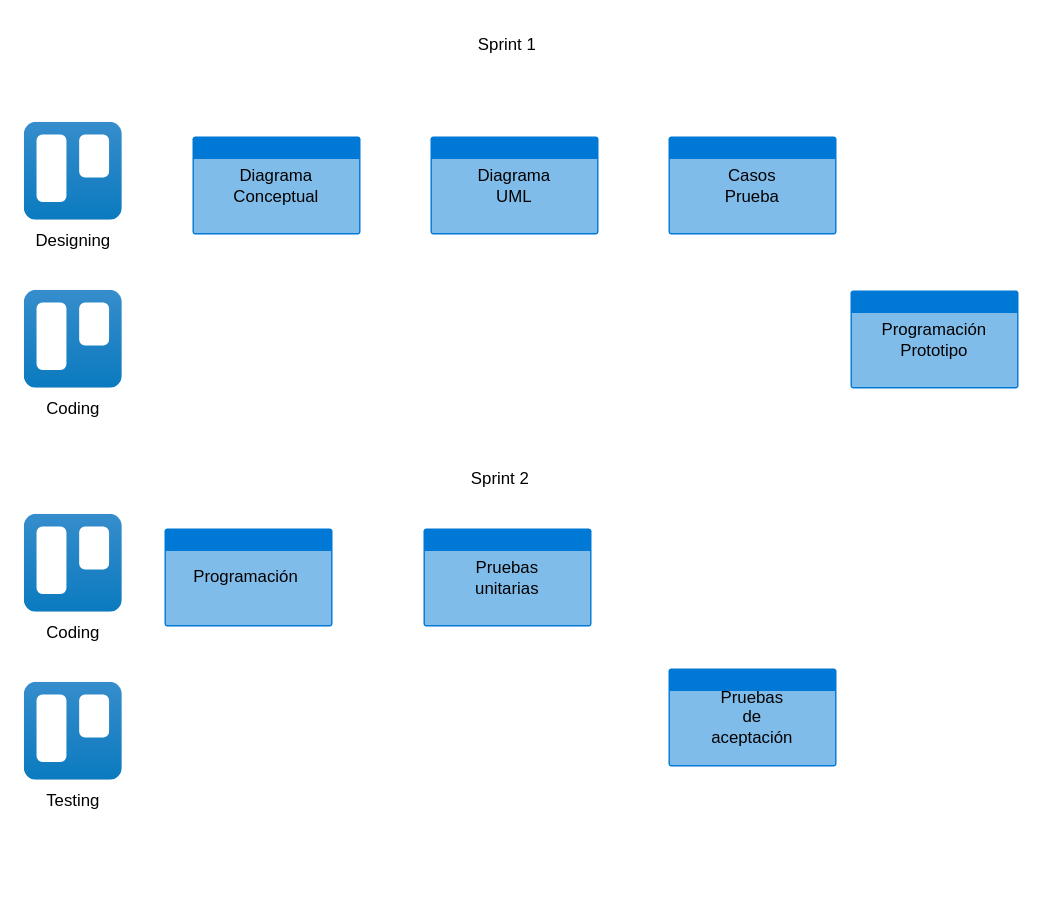
This is XP/Planning/ReleasePlan.drawio from DanielVelinrb/Grupo06, a draw.io file, before an edit. Source tidied: cells renumbered, new cells numbered last; positions are measured from the earlier drawing's top-left corner, leaving out a move shared by most shapes. Both pictures are drawn from the tidied source at 140%, with x=0, y=0 at pixel (24, 24).
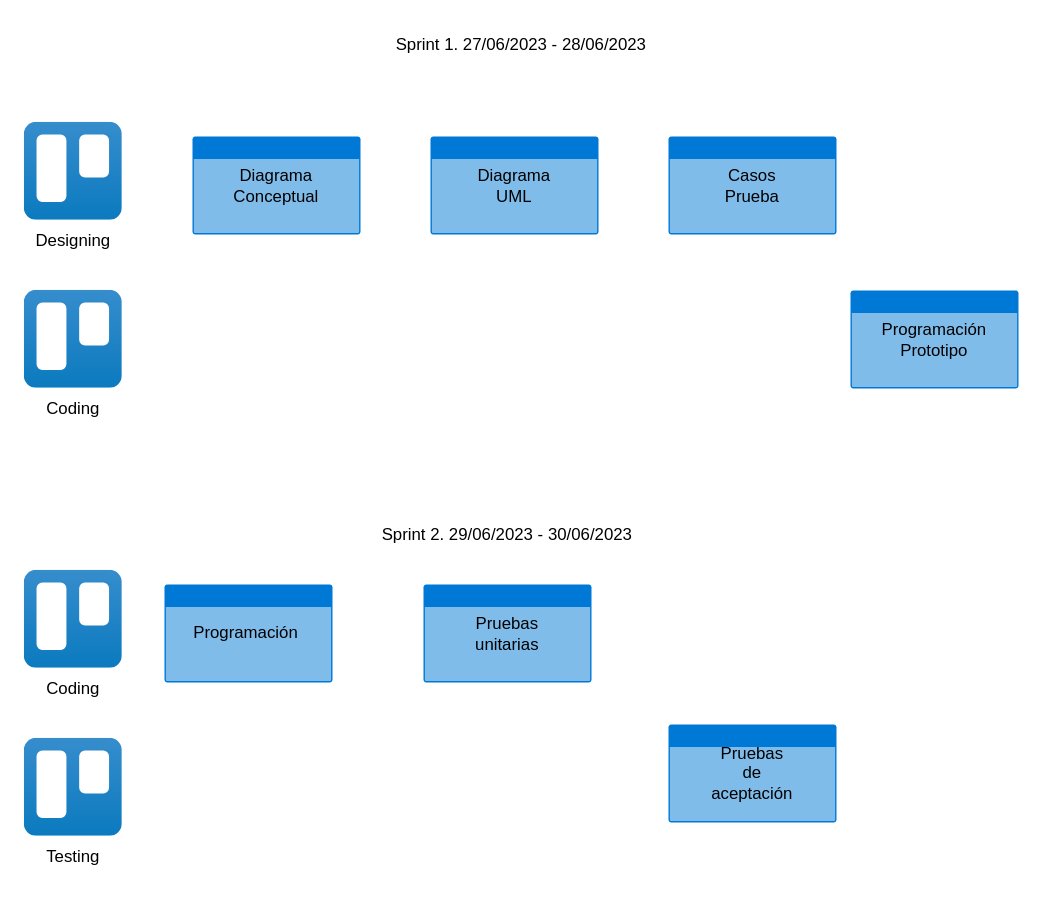
The same page after the edit.

Change to the diagram source:
```diff
@@
-    <mxCell id="2" value="Sprint 1" style="text;html=1;strokeColor=none;fillColor=none;align=center;verticalAlign=middle;whiteSpace=wrap;rounded=0;" parent="1" vertex="1">
-      <mxGeometry x="315" width="60" height="30" as="geometry" />
+    <mxCell id="2" value="Sprint 1. 27/06/2023 - 28/06/2023" style="text;html=1;strokeColor=none;fillColor=none;align=center;verticalAlign=middle;whiteSpace=wrap;rounded=0;" parent="1" vertex="1">
+      <mxGeometry x="260" width="190" height="30" as="geometry" />
     </mxCell>
@@
-    <mxCell id="15" value="Sprint 2" style="text;html=1;strokeColor=none;fillColor=none;align=center;verticalAlign=middle;whiteSpace=wrap;rounded=0;" parent="1" vertex="1">
-      <mxGeometry x="310" y="310" width="60" height="30" as="geometry" />
-    </mxCell>
     <mxCell id="16" style="image;image=img/lib/atlassian/Trello_Logo.svg;" parent="1" vertex="1">
-      <mxGeometry y="350" width="70" height="70" as="geometry" />
+      <mxGeometry y="390" width="70" height="70" as="geometry" />
     </mxCell>
     <mxCell id="17" value="Coding" style="text;html=1;strokeColor=none;fillColor=none;align=center;verticalAlign=middle;whiteSpace=wrap;rounded=0;" parent="1" vertex="1">
-      <mxGeometry x="5" y="420" width="60" height="30" as="geometry" />
+      <mxGeometry x="5" y="460" width="60" height="30" as="geometry" />
     </mxCell>
     <mxCell id="18" style="image;image=img/lib/atlassian/Trello_Logo.svg;" parent="1" vertex="1">
-      <mxGeometry y="470" width="70" height="70" as="geometry" />
+      <mxGeometry y="510" width="70" height="70" as="geometry" />
     </mxCell>
     <mxCell id="19" value="Testing" style="text;html=1;strokeColor=none;fillColor=none;align=center;verticalAlign=middle;whiteSpace=wrap;rounded=0;" parent="1" vertex="1">
-      <mxGeometry x="5" y="540" width="60" height="30" as="geometry" />
+      <mxGeometry x="5" y="580" width="60" height="30" as="geometry" />
     </mxCell>
     <mxCell id="20" style="html=1;strokeColor=none;fillColor=#0079D6;labelPosition=center;verticalLabelPosition=middle;verticalAlign=top;align=center;fontSize=12;spacingTop=-6;fontColor=#FFFFFF;sketch=0;shape=mxgraph.sitemap.page;" parent="1" vertex="1">
-      <mxGeometry x="100" y="360" width="120" height="70" as="geometry" />
+      <mxGeometry x="100" y="400" width="120" height="70" as="geometry" />
     </mxCell>
     <mxCell id="21" value="Programación&amp;nbsp;" style="text;html=1;strokeColor=none;fillColor=none;align=center;verticalAlign=middle;whiteSpace=wrap;rounded=0;" parent="1" vertex="1">
-      <mxGeometry x="130" y="380" width="60" height="30" as="geometry" />
+      <mxGeometry x="130" y="420" width="60" height="30" as="geometry" />
     </mxCell>
     <mxCell id="22" style="html=1;strokeColor=none;fillColor=#0079D6;labelPosition=center;verticalLabelPosition=middle;verticalAlign=top;align=center;fontSize=12;spacingTop=-6;fontColor=#FFFFFF;sketch=0;shape=mxgraph.sitemap.page;" parent="1" vertex="1">
-      <mxGeometry x="285" y="360" width="120" height="70" as="geometry" />
+      <mxGeometry x="285" y="400" width="120" height="70" as="geometry" />
     </mxCell>
     <mxCell id="23" value="Pruebas unitarias" style="text;html=1;strokeColor=none;fillColor=none;align=center;verticalAlign=middle;whiteSpace=wrap;rounded=0;" parent="1" vertex="1">
-      <mxGeometry x="315" y="380" width="60" height="30" as="geometry" />
+      <mxGeometry x="315" y="420" width="60" height="30" as="geometry" />
     </mxCell>
     <mxCell id="24" style="html=1;strokeColor=none;fillColor=#0079D6;labelPosition=center;verticalLabelPosition=middle;verticalAlign=top;align=center;fontSize=12;spacingTop=-6;fontColor=#FFFFFF;sketch=0;shape=mxgraph.sitemap.page;" parent="1" vertex="1">
-      <mxGeometry x="460" y="460" width="120" height="70" as="geometry" />
+      <mxGeometry x="460" y="500" width="120" height="70" as="geometry" />
     </mxCell>
     <mxCell id="25" value="Pruebas de aceptación" style="text;html=1;strokeColor=none;fillColor=none;align=center;verticalAlign=middle;whiteSpace=wrap;rounded=0;" parent="1" vertex="1">
-      <mxGeometry x="490" y="480" width="60" height="30" as="geometry" />
+      <mxGeometry x="490" y="520" width="60" height="30" as="geometry" />
     </mxCell>
+    <mxCell id="26" value="Sprint 2. 29/06/2023 - 30/06/2023" style="text;html=1;strokeColor=none;fillColor=none;align=center;verticalAlign=middle;whiteSpace=wrap;rounded=0;" parent="1" vertex="1">
+      <mxGeometry x="250" y="350" width="190" height="30" as="geometry" />
+    </mxCell>
```
